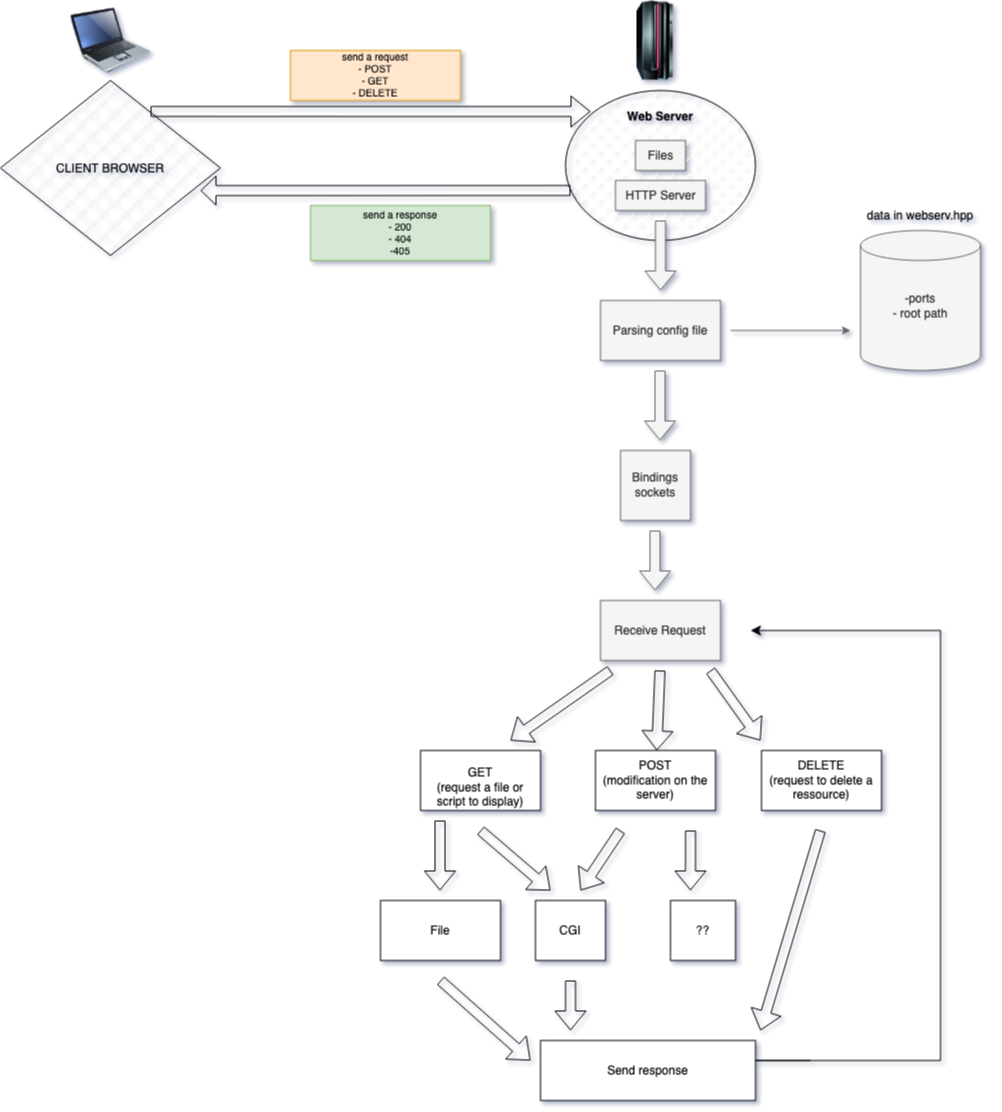
Earlier version of the draw.io export Diagram Webserv.drawio.png (es4nchez/webserv). Source tidied: cells renumbered, new cells last; positions are measured from the earlier drawing's top-left corner, leaving out a move shared by most shapes.
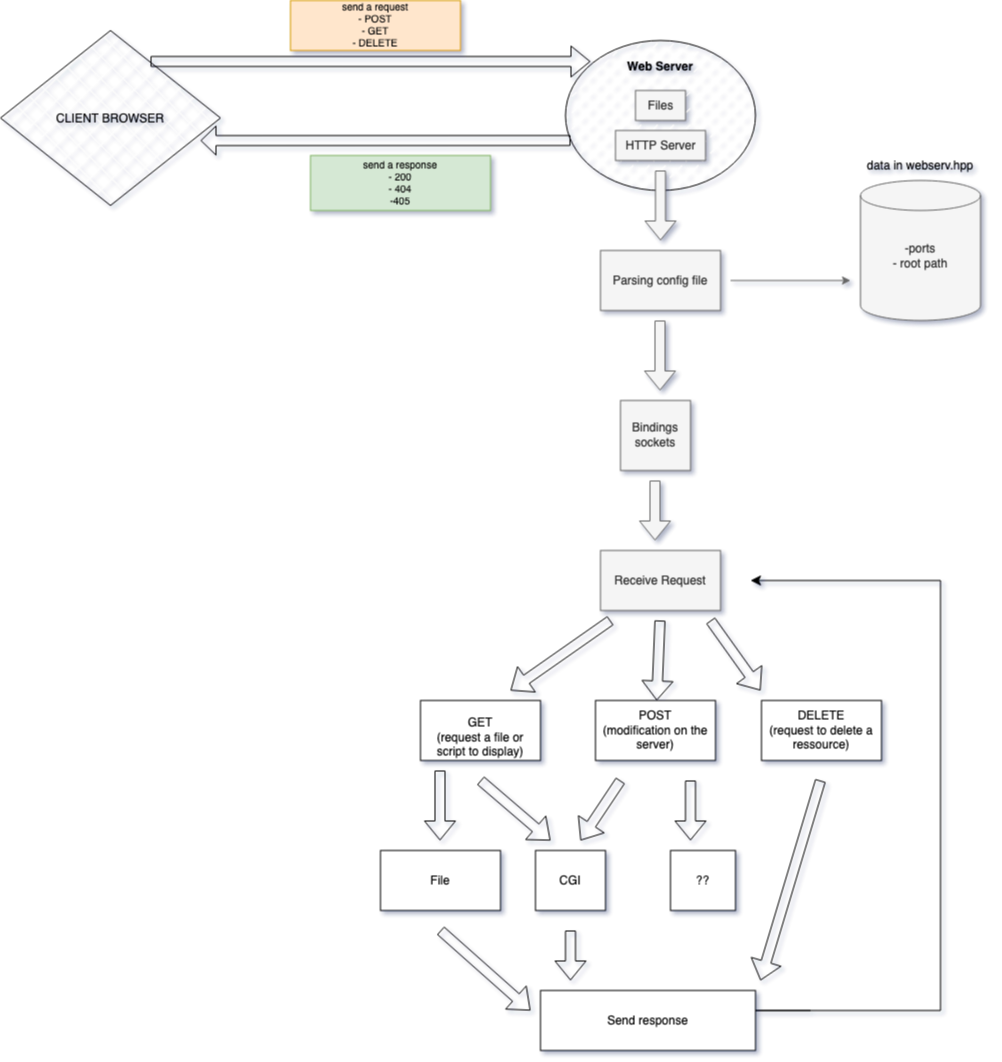
Later version of the same file.

Commit message:
Mettre à jour Diagram Webserv.drawio.png

The edit, as a diff of the source:
```diff
@@ -160,11 +160,5 @@
     <mxCell id="36" value="&lt;div style=&quot;font-size: 10px;&quot;&gt;&lt;font style=&quot;font-size: 10px;&quot;&gt;send a response&lt;/font&gt;&lt;/div&gt;&lt;div style=&quot;font-size: 10px;&quot;&gt;&lt;font style=&quot;font-size: 10px;&quot;&gt;- 200&lt;/font&gt;&lt;/div&gt;&lt;div style=&quot;font-size: 10px;&quot;&gt;&lt;font style=&quot;font-size: 10px;&quot;&gt;- 404&lt;/font&gt;&lt;/div&gt;&lt;div style=&quot;font-size: 10px;&quot;&gt;&lt;font style=&quot;font-size: 10px;&quot;&gt;-405&lt;br&gt;&lt;/font&gt;&lt;/div&gt;" style="whiteSpace=wrap;html=1;fillColor=#d5e8d4;strokeColor=#82b366;" parent="1" vertex="1">
       <mxGeometry x="310" y="205" width="180" height="55" as="geometry" />
     </mxCell>
-    <mxCell id="37" style="image;html=1;image=img/lib/clip_art/computers/Laptop_128x128.png;" parent="1" vertex="1">
-      <mxGeometry x="70" width="80" height="80" as="geometry" />
-    </mxCell>
-    <mxCell id="38" style="image;html=1;image=img/lib/clip_art/computers/Mainframe_128x128.png;" parent="1" vertex="1">
-      <mxGeometry x="615" width="80" height="80" as="geometry" />
-    </mxCell>
   </root>
 </mxGraphModel>
```
